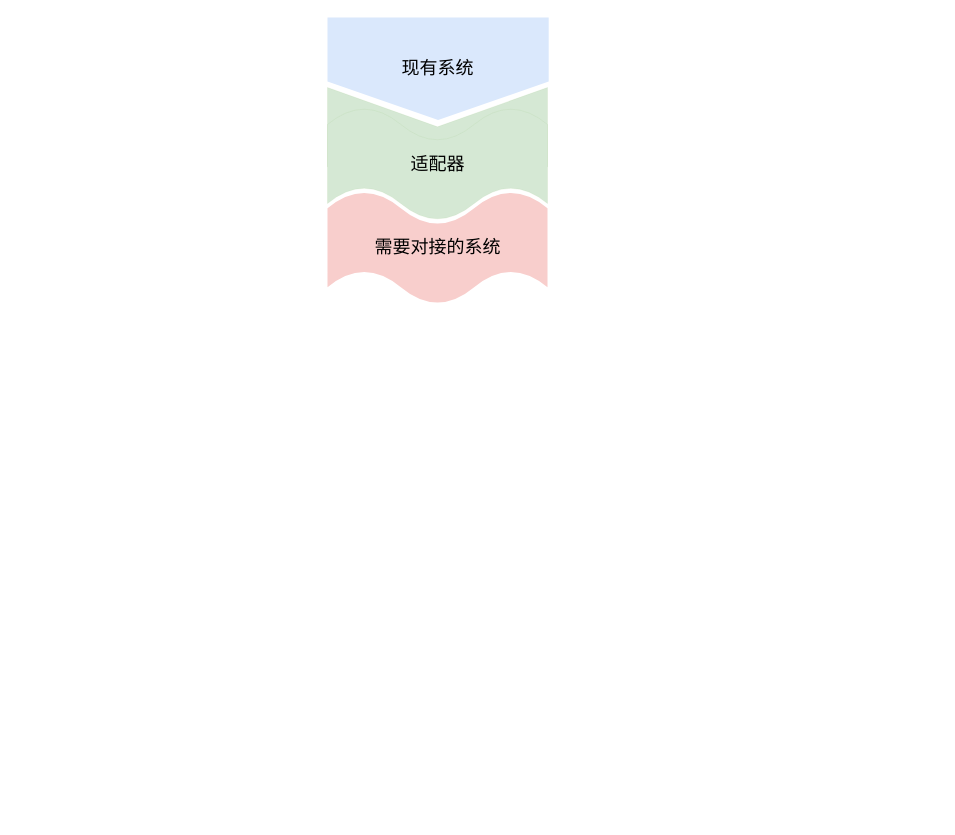
Earlier version of the draw.io diagram 图表文件/设计模式/适配器模式.drawio (Syske/person-learning-note). Source tidied: cells renumbered, new cells numbered last; positions are measured from the earlier drawing's top-left corner, leaving out a move shared by most shapes. Both pictures are drawn from the tidied source at 100%, with x=0, y=0 at pixel (327, 17).
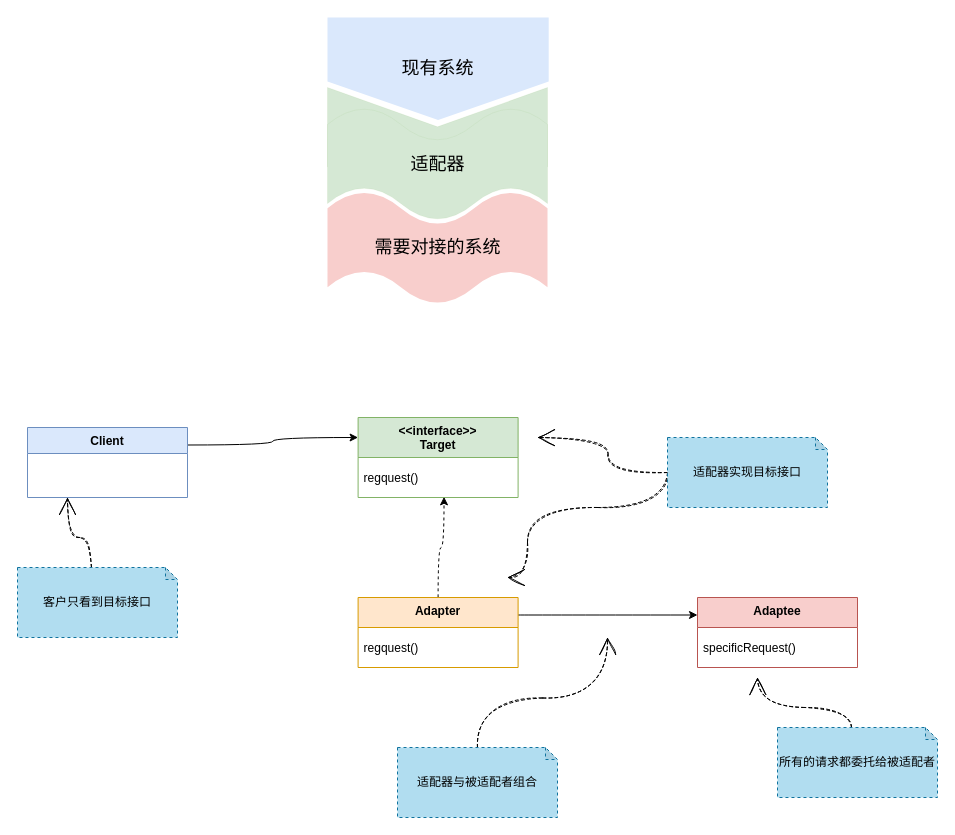
The same diagram, later.

What changed in the source:
```diff
@@
+    <mxCell id="7" style="edgeStyle=orthogonalEdgeStyle;rounded=0;jettySize=auto;html=1;exitX=1;exitY=0.25;exitDx=0;exitDy=0;entryX=0;entryY=0.25;entryDx=0;entryDy=0;curved=1;" parent="1" edge="1" source="8" target="10">
+      <mxGeometry relative="1" as="geometry" />
+    </mxCell>
+    <mxCell id="8" value="Client" style="swimlane;fontStyle=1;align=center;verticalAlign=top;horizontal=1;startSize=26;fillColor=#dae8fc;strokeColor=#6c8ebf;" parent="1" vertex="1">
+      <mxGeometry x="-300" y="410" width="160" height="70" as="geometry" />
+    </mxCell>
+    <mxCell id="9" value=" " style="text;strokeColor=none;fillColor=none;align=left;verticalAlign=top;spacingLeft=4;spacingRight=4;overflow=hidden;points=[[0,0.5],[1,0.5]];portConstraint=eastwest;" parent="8" vertex="1">
+      <mxGeometry y="26" width="160" height="44" as="geometry" />
+    </mxCell>
+    <mxCell id="10" value="&lt;&lt;interface&gt;&gt;&#10;Target" style="swimlane;fontStyle=1;align=center;verticalAlign=top;horizontal=1;startSize=40;fillColor=#d5e8d4;strokeColor=#82b366;" parent="1" vertex="1">
+      <mxGeometry x="30.6" y="400" width="160" height="80" as="geometry" />
+    </mxCell>
+    <mxCell id="11" value="regquest()" style="text;strokeColor=none;fillColor=none;align=left;verticalAlign=middle;spacingLeft=4;spacingRight=4;overflow=hidden;points=[[0,0.5],[1,0.5]];portConstraint=eastwest;" parent="10" vertex="1">
+      <mxGeometry y="40" width="160" height="40" as="geometry" />
+    </mxCell>
+    <mxCell id="12" style="edgeStyle=orthogonalEdgeStyle;curved=1;rounded=0;jettySize=auto;html=1;exitX=1;exitY=0.25;exitDx=0;exitDy=0;entryX=0;entryY=0.25;entryDx=0;entryDy=0;" parent="1" edge="1" source="14" target="16">
+      <mxGeometry relative="1" as="geometry" />
+    </mxCell>
+    <mxCell id="13" style="edgeStyle=orthogonalEdgeStyle;curved=1;rounded=0;jettySize=auto;html=1;exitX=0.5;exitY=0;exitDx=0;exitDy=0;entryX=0.537;entryY=0.983;entryDx=0;entryDy=0;entryPerimeter=0;dashed=1;" parent="1" edge="1" source="14" target="11">
+      <mxGeometry relative="1" as="geometry" />
+    </mxCell>
+    <mxCell id="14" value="Adapter" style="swimlane;fontStyle=1;align=center;verticalAlign=top;horizontal=1;startSize=30;fillColor=#ffe6cc;strokeColor=#d79b00;" parent="1" vertex="1">
+      <mxGeometry x="30.6" y="580" width="160" height="70" as="geometry" />
+    </mxCell>
+    <mxCell id="15" value="regquest()" style="text;strokeColor=none;fillColor=none;align=left;verticalAlign=middle;spacingLeft=4;spacingRight=4;overflow=hidden;" parent="14" vertex="1">
+      <mxGeometry y="30" width="160" height="40" as="geometry" />
+    </mxCell>
+    <mxCell id="16" value="Adaptee" style="swimlane;fontStyle=1;align=center;verticalAlign=top;horizontal=1;startSize=30;fillColor=#f8cecc;strokeColor=#b85450;" parent="1" vertex="1">
+      <mxGeometry x="370" y="580" width="160" height="70" as="geometry" />
+    </mxCell>
+    <mxCell id="17" value="specificRequest()" style="text;strokeColor=none;fillColor=none;align=left;verticalAlign=middle;spacingLeft=4;spacingRight=4;overflow=hidden;" parent="16" vertex="1">
+      <mxGeometry y="30" width="160" height="40" as="geometry" />
+    </mxCell>
+    <mxCell id="18" style="edgeStyle=orthogonalEdgeStyle;curved=1;rounded=0;jettySize=auto;html=1;exitX=0;exitY=0;exitDx=74;exitDy=0;exitPerimeter=0;entryX=0.25;entryY=1;entryDx=0;entryDy=0;entryPerimeter=0;dashed=1;sketch=1;endArrow=open;endFill=0;endSize=15;" parent="1" edge="1" source="19" target="9">
+      <mxGeometry relative="1" as="geometry" />
+    </mxCell>
+    <mxCell id="19" value="&lt;span&gt;客户只看到目标接口&lt;/span&gt;" style="shape=note;whiteSpace=wrap;html=1;backgroundOutline=1;darkOpacity=0.05;verticalAlign=middle;size=12;fillColor=#b1ddf0;strokeColor=#10739e;dashed=1;" parent="1" vertex="1">
+      <mxGeometry x="-310" y="550" width="160" height="70" as="geometry" />
+    </mxCell>
+    <mxCell id="20" style="edgeStyle=orthogonalEdgeStyle;curved=1;rounded=0;sketch=1;jettySize=auto;html=1;exitX=0.5;exitY=0;exitDx=0;exitDy=0;exitPerimeter=0;dashed=1;endArrow=open;endFill=0;endSize=15;" parent="1" edge="1" source="21">
+      <mxGeometry relative="1" as="geometry">
+        <mxPoint x="280" y="620" as="targetPoint" />
+      </mxGeometry>
+    </mxCell>
+    <mxCell id="21" value="&lt;span&gt;适配器与被适配者组合&lt;/span&gt;" style="shape=note;whiteSpace=wrap;html=1;backgroundOutline=1;darkOpacity=0.05;verticalAlign=middle;size=12;fillColor=#b1ddf0;strokeColor=#10739e;dashed=1;" parent="1" vertex="1">
+      <mxGeometry x="70" y="730" width="160" height="70" as="geometry" />
+    </mxCell>
+    <mxCell id="22" style="edgeStyle=orthogonalEdgeStyle;curved=1;rounded=0;sketch=1;jettySize=auto;html=1;exitX=0;exitY=0;exitDx=74;exitDy=0;exitPerimeter=0;dashed=1;endArrow=open;endFill=0;endSize=15;" parent="1" edge="1" source="23">
+      <mxGeometry relative="1" as="geometry">
+        <mxPoint x="430" y="660" as="targetPoint" />
+      </mxGeometry>
+    </mxCell>
+    <mxCell id="23" value="&lt;span&gt;所有的请求都委托给被适配者&lt;/span&gt;" style="shape=note;whiteSpace=wrap;html=1;backgroundOutline=1;darkOpacity=0.05;verticalAlign=middle;size=12;fillColor=#b1ddf0;strokeColor=#10739e;dashed=1;" parent="1" vertex="1">
+      <mxGeometry x="450" y="710" width="160" height="70" as="geometry" />
+    </mxCell>
+    <mxCell id="24" style="edgeStyle=orthogonalEdgeStyle;curved=1;rounded=0;sketch=1;jettySize=auto;html=1;exitX=0;exitY=0.5;exitDx=0;exitDy=0;exitPerimeter=0;dashed=1;endArrow=open;endFill=0;endSize=15;" parent="1" edge="1" source="26">
+      <mxGeometry relative="1" as="geometry">
+        <mxPoint x="210" y="420" as="targetPoint" />
+      </mxGeometry>
+    </mxCell>
+    <mxCell id="25" style="edgeStyle=orthogonalEdgeStyle;curved=1;rounded=0;sketch=1;jettySize=auto;html=1;exitX=0;exitY=0.5;exitDx=0;exitDy=0;exitPerimeter=0;dashed=1;endArrow=open;endFill=0;endSize=15;" parent="1" edge="1" source="26">
+      <mxGeometry relative="1" as="geometry">
+        <mxPoint x="180" y="560" as="targetPoint" />
+        <Array as="points">
+          <mxPoint x="340" y="490" />
+          <mxPoint x="200" y="490" />
+        </Array>
+      </mxGeometry>
+    </mxCell>
+    <mxCell id="26" value="&lt;span&gt;适配器实现目标接口&lt;/span&gt;" style="shape=note;whiteSpace=wrap;html=1;backgroundOutline=1;darkOpacity=0.05;verticalAlign=middle;size=12;fillColor=#b1ddf0;strokeColor=#10739e;dashed=1;" parent="1" vertex="1">
+      <mxGeometry x="340" y="420" width="160" height="70" as="geometry" />
+    </mxCell>
```
